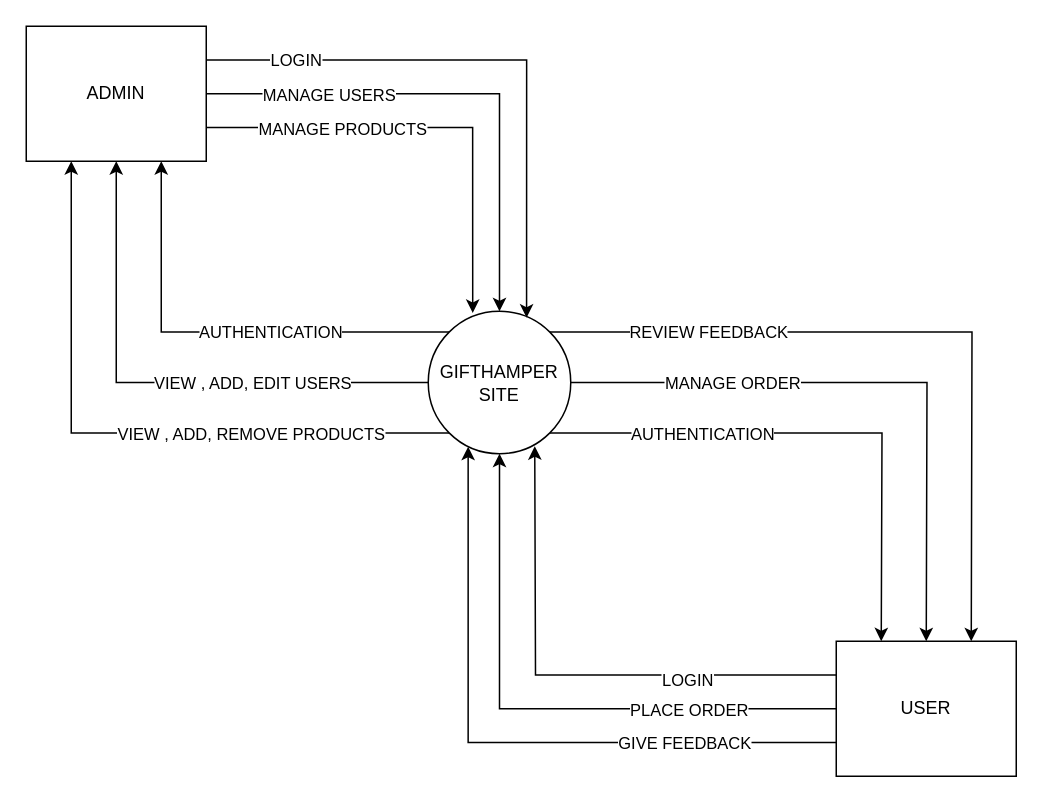
Above: page "DFD-0" (7 of 8) of Usecase userside.drawio in panchalbhavya2210/gift_documentation (draw.io), before the change. Source tidied: cells renumbered, new cells numbered last; positions are measured from the earlier drawing's top-left corner, leaving out a move shared by most shapes. Both pictures are drawn from the tidied source at 150%, with x=0, y=0 at pixel (26, 26).
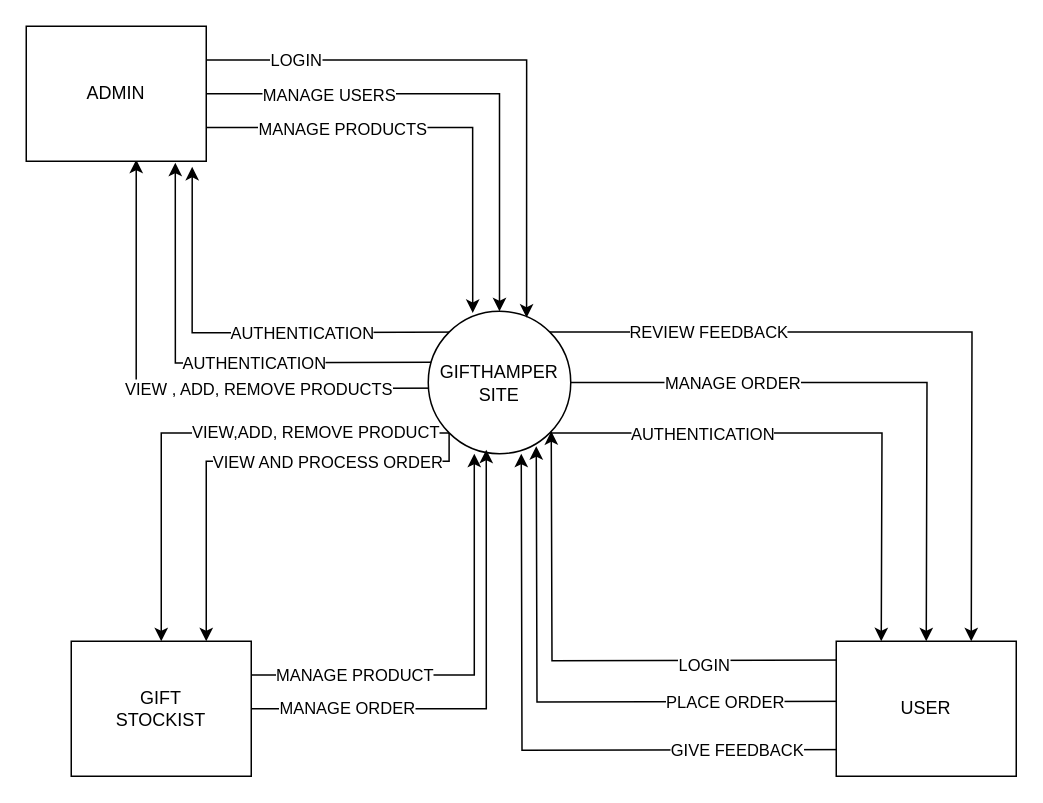
After the change.

Unchanged cells that the change refers to:
```xml
<mxCell id="21" value="ADMIN" style="rounded=0;whiteSpace=wrap;html=1;" parent="1" vertex="1">
  <mxGeometry width="120" height="90" as="geometry" />
</mxCell>
<mxCell id="28" value="USER" style="rounded=0;whiteSpace=wrap;html=1;" parent="1" vertex="1">
  <mxGeometry x="540" y="410" width="120" height="90" as="geometry" />
</mxCell>
```

The edit, as a diff of the source:
```diff
@@
-    <mxCell id="2" style="edgeStyle=orthogonalEdgeStyle;rounded=0;jettySize=auto;html=1;exitX=0;exitY=0;exitDx=0;exitDy=0;entryX=0.75;entryY=1;entryDx=0;entryDy=0;" parent="1" edge="1" source="14" target="21">
-      <mxGeometry relative="1" as="geometry" />
+    <mxCell id="2" style="edgeStyle=orthogonalEdgeStyle;rounded=0;jettySize=auto;html=1;exitX=0;exitY=0;exitDx=0;exitDy=0;entryX=0.922;entryY=1.041;entryDx=0;entryDy=0;entryPerimeter=0;" parent="1" edge="1" target="21">
+      <mxGeometry relative="1" as="geometry">
+        <mxPoint x="301.9" y="203.9" as="sourcePoint" />
+      </mxGeometry>
     </mxCell>
@@
-    <mxCell id="4" style="edgeStyle=orthogonalEdgeStyle;rounded=0;jettySize=auto;html=1;exitX=0;exitY=0.5;exitDx=0;exitDy=0;entryX=0.5;entryY=1;entryDx=0;entryDy=0;" parent="1" edge="1" source="14" target="21">
-      <mxGeometry relative="1" as="geometry" />
-    </mxCell>
-    <mxCell id="5" value="VIEW , ADD, EDIT USERS" style="edgeLabel;html=1;align=center;verticalAlign=middle;" parent="4" vertex="1">
-      <mxGeometry x="-0.22" y="1" relative="1" as="geometry">
-        <mxPoint x="21" y="-1" as="offset" />
-      </mxGeometry>
-    </mxCell>
-    <mxCell id="6" style="edgeStyle=orthogonalEdgeStyle;rounded=0;jettySize=auto;html=1;exitX=0;exitY=1;exitDx=0;exitDy=0;entryX=0.25;entryY=1;entryDx=0;entryDy=0;" parent="1" edge="1" source="14" target="21">
-      <mxGeometry relative="1" as="geometry" />
+    <mxCell id="6" style="edgeStyle=orthogonalEdgeStyle;rounded=0;jettySize=auto;html=1;exitX=0;exitY=1;exitDx=0;exitDy=0;entryX=0.611;entryY=0.989;entryDx=0;entryDy=0;entryPerimeter=0;" parent="1" edge="1" target="21">
+      <mxGeometry relative="1" as="geometry">
+        <mxPoint x="321.9" y="241.1" as="sourcePoint" />
+      </mxGeometry>
     </mxCell>
     <mxCell id="7" value="VIEW , ADD, REMOVE PRODUCTS" style="edgeLabel;html=1;align=center;verticalAlign=middle;" parent="6" vertex="1">
       <mxGeometry x="-0.13" relative="1" as="geometry">
-        <mxPoint x="56" as="offset" />
+        <mxPoint x="8" as="offset" />
       </mxGeometry>
     </mxCell>
@@
-    <mxCell id="14" value="GIFTHAMPER&lt;br&gt;SITE" style="ellipse;whiteSpace=wrap;html=1;" parent="1" vertex="1">
-      <mxGeometry x="268" y="190" width="95" height="95" as="geometry" />
-    </mxCell>
@@
+    <mxCell id="29" style="edgeStyle=orthogonalEdgeStyle;rounded=0;jettySize=auto;html=1;exitX=0;exitY=1;exitDx=0;exitDy=0;" parent="1" edge="1" source="14" target="39">
+      <mxGeometry relative="1" as="geometry" />
+    </mxCell>
+    <mxCell id="30" value="VIEW,ADD, REMOVE PRODUCT" style="edgeLabel;html=1;align=center;verticalAlign=middle;" parent="29" vertex="1">
+      <mxGeometry x="-0.46" y="-1" relative="1" as="geometry" />
+    </mxCell>
+    <mxCell id="31" style="edgeStyle=orthogonalEdgeStyle;rounded=0;jettySize=auto;html=1;exitX=0;exitY=1;exitDx=0;exitDy=0;entryX=0.75;entryY=0;entryDx=0;entryDy=0;" parent="1" edge="1" source="14" target="39">
+      <mxGeometry relative="1" as="geometry">
+        <Array as="points">
+          <mxPoint x="282" y="290" />
+          <mxPoint x="120" y="290" />
+        </Array>
+      </mxGeometry>
+    </mxCell>
+    <mxCell id="32" value="VIEW AND PROCESS ORDER" style="edgeLabel;html=1;align=center;verticalAlign=middle;" parent="31" vertex="1">
+      <mxGeometry x="-0.08" y="-1" relative="1" as="geometry">
+        <mxPoint x="38" y="1" as="offset" />
+      </mxGeometry>
+    </mxCell>
+    <mxCell id="14" value="GIFTHAMPER&lt;br&gt;SITE" style="ellipse;whiteSpace=wrap;html=1;" parent="1" vertex="1">
+      <mxGeometry x="268" y="190" width="95" height="95" as="geometry" />
+    </mxCell>
@@
-    <mxCell id="22" style="edgeStyle=orthogonalEdgeStyle;rounded=0;jettySize=auto;html=1;exitX=0;exitY=0.25;exitDx=0;exitDy=0;" parent="1" edge="1" source="28">
+    <mxCell id="22" style="edgeStyle=orthogonalEdgeStyle;rounded=0;orthogonalLoop=1;jettySize=auto;html=1;exitX=0;exitY=0.25;exitDx=0;exitDy=0;" parent="1" edge="1">
       <mxGeometry relative="1" as="geometry">
-        <mxPoint x="339" y="280" as="targetPoint" />
+        <mxPoint x="551" y="422.5" as="sourcePoint" />
+        <mxPoint x="350" y="270" as="targetPoint" />
       </mxGeometry>
     </mxCell>
@@
-    <mxCell id="24" style="edgeStyle=orthogonalEdgeStyle;rounded=0;jettySize=auto;html=1;exitX=0;exitY=0.5;exitDx=0;exitDy=0;entryX=0.5;entryY=1;entryDx=0;entryDy=0;" parent="1" edge="1" source="28" target="14">
-      <mxGeometry relative="1" as="geometry" />
+    <mxCell id="24" style="edgeStyle=orthogonalEdgeStyle;rounded=0;orthogonalLoop=1;jettySize=auto;html=1;exitX=0;exitY=0.5;exitDx=0;exitDy=0;entryX=0.5;entryY=1;entryDx=0;entryDy=0;" parent="1" edge="1">
+      <mxGeometry relative="1" as="geometry">
+        <mxPoint x="564.5" y="450" as="sourcePoint" />
+        <mxPoint x="340" y="280" as="targetPoint" />
+      </mxGeometry>
     </mxCell>
@@
-    <mxCell id="26" style="edgeStyle=orthogonalEdgeStyle;rounded=0;jettySize=auto;html=1;exitX=0;exitY=0.75;exitDx=0;exitDy=0;entryX=0.28;entryY=0.951;entryDx=0;entryDy=0;entryPerimeter=0;" parent="1" edge="1" source="28" target="14">
-      <mxGeometry relative="1" as="geometry" />
+    <mxCell id="26" style="edgeStyle=orthogonalEdgeStyle;rounded=0;orthogonalLoop=1;jettySize=auto;html=1;exitX=0;exitY=0.75;exitDx=0;exitDy=0;entryX=0.28;entryY=0.951;entryDx=0;entryDy=0;entryPerimeter=0;" parent="1" edge="1">
+      <mxGeometry relative="1" as="geometry">
+        <mxPoint x="575.4" y="482.1" as="sourcePoint" />
+        <mxPoint x="330" y="285" as="targetPoint" />
+      </mxGeometry>
     </mxCell>
@@
+    <mxCell id="33" style="edgeStyle=orthogonalEdgeStyle;rounded=0;jettySize=auto;html=1;entryX=0.828;entryY=1.011;entryDx=0;entryDy=0;entryPerimeter=0;" parent="1" edge="1" target="21">
+      <mxGeometry relative="1" as="geometry">
+        <mxPoint x="270" y="224" as="sourcePoint" />
+      </mxGeometry>
+    </mxCell>
+    <mxCell id="34" value="AUTHENTICATION" style="edgeLabel;html=1;align=center;verticalAlign=middle;" parent="33" vertex="1">
+      <mxGeometry x="-0.22" relative="1" as="geometry" />
+    </mxCell>
@@
+    <mxCell id="35" style="edgeStyle=orthogonalEdgeStyle;rounded=0;jettySize=auto;html=1;exitX=1;exitY=0.5;exitDx=0;exitDy=0;entryX=0.407;entryY=0.972;entryDx=0;entryDy=0;entryPerimeter=0;" parent="1" edge="1" source="39" target="14">
+      <mxGeometry relative="1" as="geometry" />
+    </mxCell>
+    <mxCell id="36" value="MANAGE ORDER" style="edgeLabel;html=1;align=center;verticalAlign=middle;" parent="35" vertex="1">
+      <mxGeometry x="-0.62" y="1" relative="1" as="geometry" />
+    </mxCell>
+    <mxCell id="37" style="edgeStyle=orthogonalEdgeStyle;rounded=0;jettySize=auto;html=1;exitX=1;exitY=0.25;exitDx=0;exitDy=0;entryX=0.323;entryY=1;entryDx=0;entryDy=0;entryPerimeter=0;" parent="1" edge="1" source="39" target="14">
+      <mxGeometry relative="1" as="geometry" />
+    </mxCell>
+    <mxCell id="38" value="MANAGE PRODUCT" style="edgeLabel;html=1;align=center;verticalAlign=middle;" parent="37" vertex="1">
+      <mxGeometry x="-0.54" relative="1" as="geometry" />
+    </mxCell>
+    <mxCell id="39" value="GIFT&lt;br&gt;STOCKIST" style="rounded=0;whiteSpace=wrap;html=1;" parent="1" vertex="1">
+      <mxGeometry x="30" y="410" width="120" height="90" as="geometry" />
+    </mxCell>
```
